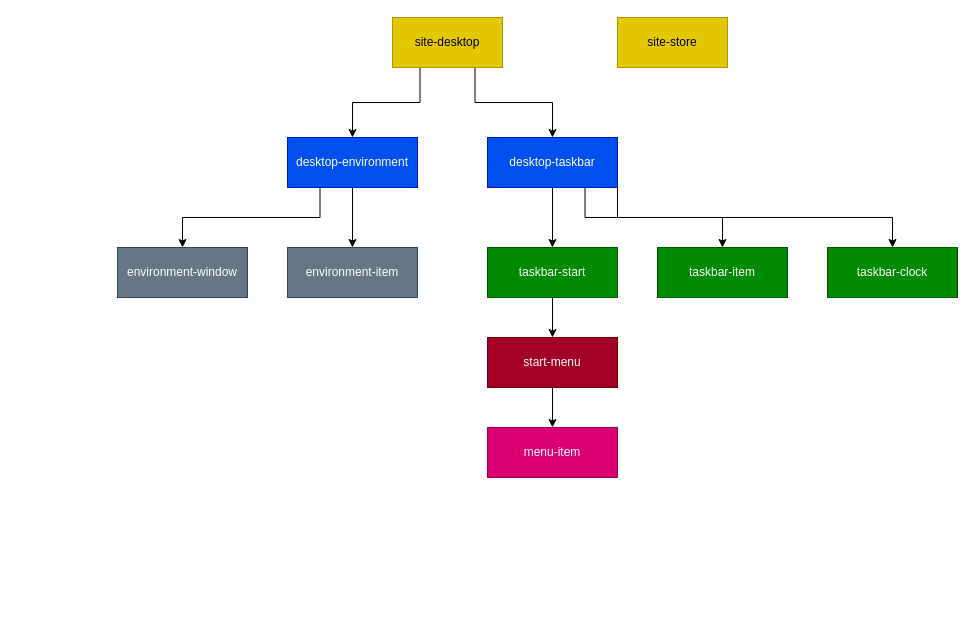
Earlier version of the draw.io diagram src/assets/diagrams/site-component-hierarchy.drawio (zdodson21/my-website). Source tidied: cells renumbered, new cells numbered last; positions are measured from the earlier drawing's top-left corner, leaving out a move shared by most shapes. Both pictures are drawn from the tidied source at 100%, with x=0, y=0 at pixel (117, 17).
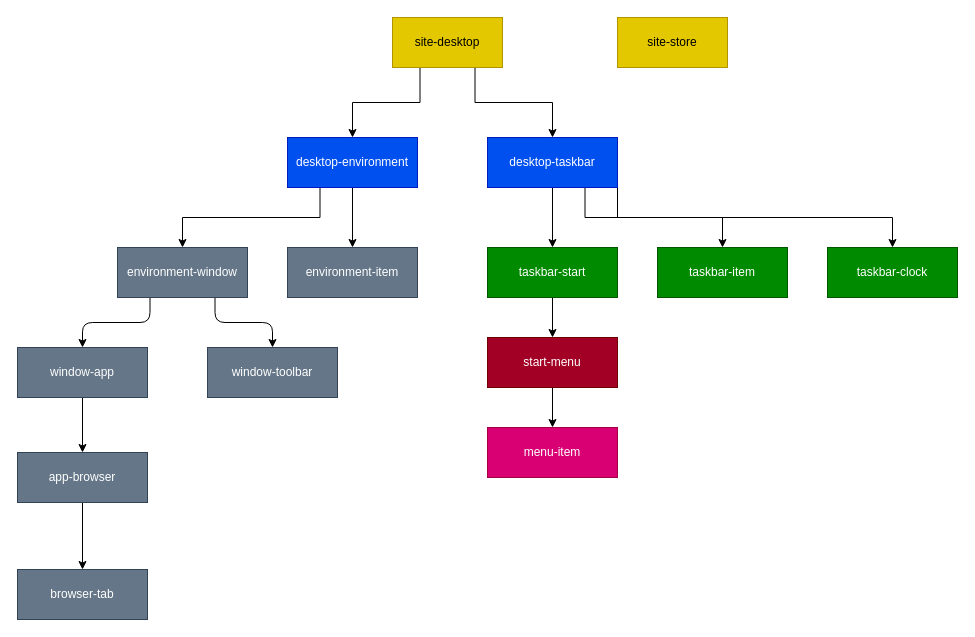
Above is the later version.

Unchanged cells that the change refers to:
```xml
<mxCell id="14" value="environment-window" style="html=1;whiteSpace=wrap;fillColor=#647687;fontColor=#ffffff;strokeColor=#314354;" parent="1" vertex="1">
  <mxGeometry y="230" width="130" height="50" as="geometry" />
</mxCell>
```

What changed in the source:
```diff
@@
+    <mxCell id="22" style="edgeStyle=orthogonalEdgeStyle;html=1;exitX=0.25;exitY=1;exitDx=0;exitDy=0;entryX=0.5;entryY=0;entryDx=0;entryDy=0;" parent="1" edge="1" source="14" target="28">
+      <mxGeometry relative="1" as="geometry" />
+    </mxCell>
+    <mxCell id="23" style="edgeStyle=orthogonalEdgeStyle;html=1;exitX=0.75;exitY=1;exitDx=0;exitDy=0;entryX=0.5;entryY=0;entryDx=0;entryDy=0;" parent="1" edge="1" source="14" target="26">
+      <mxGeometry relative="1" as="geometry" />
+    </mxCell>
@@
+    <mxCell id="24" style="edgeStyle=orthogonalEdgeStyle;html=1;" parent="1" edge="1" source="25" target="29">
+      <mxGeometry relative="1" as="geometry" />
+    </mxCell>
+    <mxCell id="25" value="app-browser" style="html=1;whiteSpace=wrap;fillColor=#647687;fontColor=#ffffff;strokeColor=#314354;" parent="1" vertex="1">
+      <mxGeometry x="-100" y="435" width="130" height="50" as="geometry" />
+    </mxCell>
+    <mxCell id="26" value="window-toolbar" style="html=1;whiteSpace=wrap;fillColor=#647687;fontColor=#ffffff;strokeColor=#314354;" parent="1" vertex="1">
+      <mxGeometry x="90" y="330" width="130" height="50" as="geometry" />
+    </mxCell>
+    <mxCell id="27" style="edgeStyle=orthogonalEdgeStyle;html=1;" parent="1" edge="1" source="28" target="25">
+      <mxGeometry relative="1" as="geometry" />
+    </mxCell>
+    <mxCell id="28" value="window-app" style="html=1;whiteSpace=wrap;fillColor=#647687;fontColor=#ffffff;strokeColor=#314354;" parent="1" vertex="1">
+      <mxGeometry x="-100" y="330" width="130" height="50" as="geometry" />
+    </mxCell>
+    <mxCell id="29" value="browser-tab" style="html=1;whiteSpace=wrap;fillColor=#647687;fontColor=#ffffff;strokeColor=#314354;" parent="1" vertex="1">
+      <mxGeometry x="-100" y="552" width="130" height="50" as="geometry" />
+    </mxCell>
```
